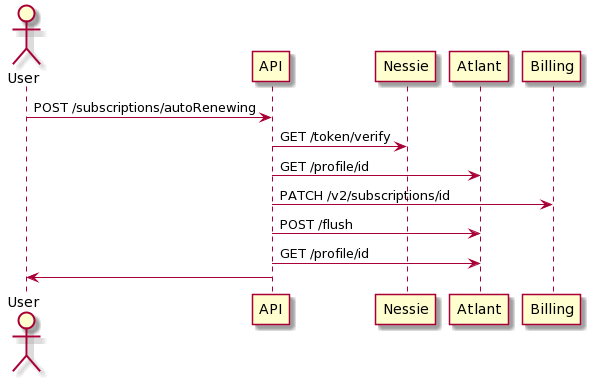
Above: more/uml/images/sd02.png in EgorBanin/EgorBanin.github.io (PlantUML), before the change. The source it was exported from:
```plantuml
@startuml
actor User
User -> API: POST /subscriptions/autoRenewing
API -> Nessie: GET /token/verify
API -> Atlant: GET /profile/id
API -> Billing: PATCH /v2/subscriptions/id
API -> Atlant: POST /flush
API -> Atlant: GET /profile/id
API -> User
@enduml
```
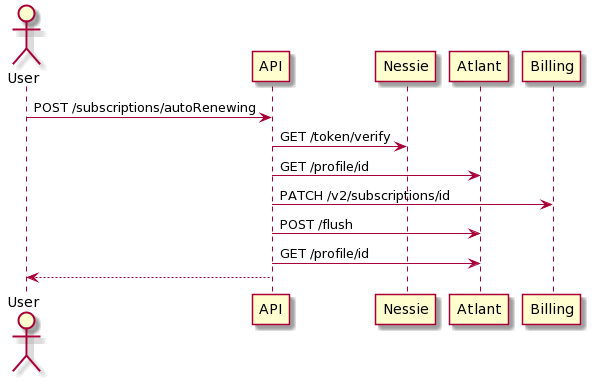
The same diagram one commit later.

Commit message:
uml улучшения

Diff of the diagram source:
```diff
@@ -6,5 +6,5 @@
 API -> Billing: PATCH /v2/subscriptions/id
 API -> Atlant: POST /flush
 API -> Atlant: GET /profile/id
-API -> User
+API --> User
 @enduml
```
